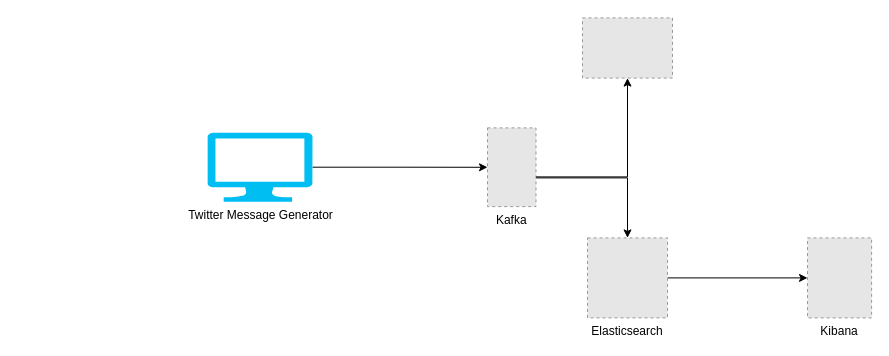
skatz1990/messaging_pipeline keeps this draw.io diagram as src/main/resources/diagram/Diagram.drawio. Above is the earlier version. Source tidied: cells renumbered, new cells numbered last; positions are measured from the earlier drawing's top-left corner, leaving out a move shared by most shapes. Both pictures are drawn from the tidied source at 100%, with x=0, y=0 at pixel (207, 17). Pictures stored in the file or linked from it are replaced by grey dashed boxes.
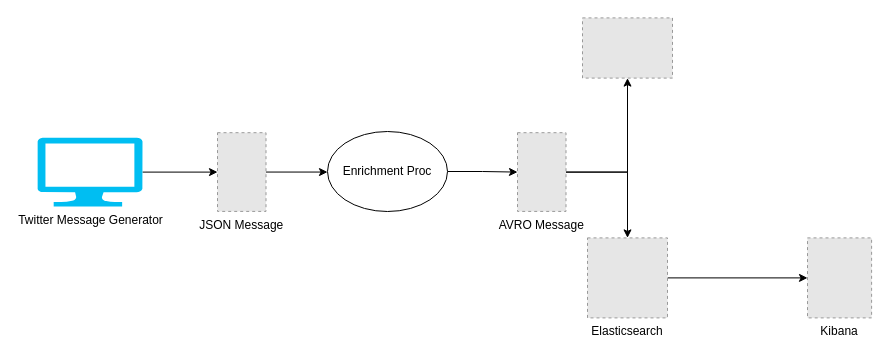
The same page after the edit.

The edit, as a diff of the source:
```diff
@@
 <mxGraphModel>
   <root>
     <mxCell id="0" />
     <mxCell id="1" parent="0" />
-    <mxCell id="2" style="edgeStyle=orthogonalEdgeStyle;rounded=0;jettySize=auto;html=1;" parent="1" edge="1" source="3" target="8">
-      <mxGeometry relative="1" as="geometry">
-        <Array as="points">
-          <mxPoint x="420" y="160.4" />
-        </Array>
-      </mxGeometry>
-    </mxCell>
+    <mxCell id="11" style="edgeStyle=orthogonalEdgeStyle;rounded=0;jettySize=auto;html=1;" parent="1" edge="1" source="3" target="13">
+      <mxGeometry relative="1" as="geometry">
+        <Array as="points">
+          <mxPoint x="190" y="151" />
+          <mxPoint x="190" y="151" />
+        </Array>
+      </mxGeometry>
+    </mxCell>
-    <mxCell id="3" value="Kafka" style="fillColor=#E6E6E6;strokeColor=#999999;dashed=1;verticalLabelPosition=bottom;labelBackgroundColor=#ffffff;verticalAlign=top;" parent="1" vertex="1">
-      <mxGeometry x="280" y="110.4" width="48.5" height="78.7" as="geometry" />
+    <mxCell id="3" value="JSON Message" style="fillColor=#E6E6E6;strokeColor=#999999;dashed=1;verticalLabelPosition=bottom;labelBackgroundColor=#ffffff;verticalAlign=top;" parent="1" vertex="1">
+      <mxGeometry x="10" y="115.2" width="48.5" height="78.7" as="geometry" />
     </mxCell>
-    <mxCell id="4" style="edgeStyle=orthogonalEdgeStyle;rounded=0;jettySize=auto;html=1;" parent="1" edge="1" source="5" target="3">
+    <mxCell id="4" value="&lt;br&gt;" style="edgeStyle=orthogonalEdgeStyle;rounded=0;jettySize=auto;html=1;" parent="1" edge="1" source="5" target="3">
       <mxGeometry relative="1" as="geometry" />
     </mxCell>
     <mxCell id="5" value="Twitter Message Generator" style="verticalLabelPosition=bottom;html=1;verticalAlign=top;align=center;strokeColor=none;fillColor=#00BEF2;shape=mxgraph.azure.computer;" parent="1" vertex="1">
-      <mxGeometry y="115.2" width="105" height="69" as="geometry" />
+      <mxGeometry x="-170" y="120.1" width="105" height="69" as="geometry" />
     </mxCell>
     <mxCell id="6" style="fillColor=#E6E6E6;strokeColor=#999999;dashed=1;verticalLabelPosition=bottom;labelBackgroundColor=#ffffff;verticalAlign=top;" parent="1" vertex="1">
       <mxGeometry x="375" y="0.4" width="90" height="60.2" as="geometry" />
     </mxCell>
     <mxCell id="7" style="edgeStyle=orthogonalEdgeStyle;rounded=0;jettySize=auto;html=1;" parent="1" edge="1" source="8" target="9">
       <mxGeometry relative="1" as="geometry" />
     </mxCell>
     <mxCell id="8" value="Elasticsearch" style="fillColor=#E6E6E6;strokeColor=#999999;dashed=1;verticalLabelPosition=bottom;labelBackgroundColor=#ffffff;verticalAlign=top;" parent="1" vertex="1">
       <mxGeometry x="380" y="220.4" width="80" height="80" as="geometry" />
     </mxCell>
     <mxCell id="9" value="Kibana" style="fillColor=#E6E6E6;strokeColor=#999999;dashed=1;verticalLabelPosition=bottom;labelBackgroundColor=#ffffff;verticalAlign=top;" parent="1" vertex="1">
       <mxGeometry x="600" y="220.4" width="64.1" height="80" as="geometry" />
     </mxCell>
-    <mxCell id="10" style="edgeStyle=orthogonalEdgeStyle;rounded=0;jettySize=auto;html=1;" parent="1" edge="1" source="3" target="6">
-      <mxGeometry relative="1" as="geometry">
-        <Array as="points">
-          <mxPoint x="420" y="159.4" />
-        </Array>
-      </mxGeometry>
-    </mxCell>
+    <mxCell id="12" style="edgeStyle=orthogonalEdgeStyle;rounded=0;jettySize=auto;html=1;" parent="1" edge="1" source="13" target="16">
+      <mxGeometry relative="1" as="geometry" />
+    </mxCell>
+    <mxCell id="13" value="Enrichment Proc" style="ellipse;whiteSpace=wrap;html=1;" parent="1" vertex="1">
+      <mxGeometry x="120" y="114" width="120" height="80" as="geometry" />
+    </mxCell>
+    <mxCell id="14" style="edgeStyle=orthogonalEdgeStyle;rounded=0;jettySize=auto;html=1;" parent="1" edge="1" source="16" target="6">
+      <mxGeometry relative="1" as="geometry" />
+    </mxCell>
+    <mxCell id="15" style="edgeStyle=orthogonalEdgeStyle;rounded=0;jettySize=auto;html=1;" parent="1" edge="1" source="16" target="8">
+      <mxGeometry relative="1" as="geometry" />
+    </mxCell>
+    <mxCell id="16" value="AVRO Message" style="fillColor=#E6E6E6;strokeColor=#999999;dashed=1;verticalLabelPosition=bottom;labelBackgroundColor=#ffffff;verticalAlign=top;" parent="1" vertex="1">
+      <mxGeometry x="310" y="115.2" width="48.5" height="78.7" as="geometry" />
+    </mxCell>
   </root>
 </mxGraphModel>
```
